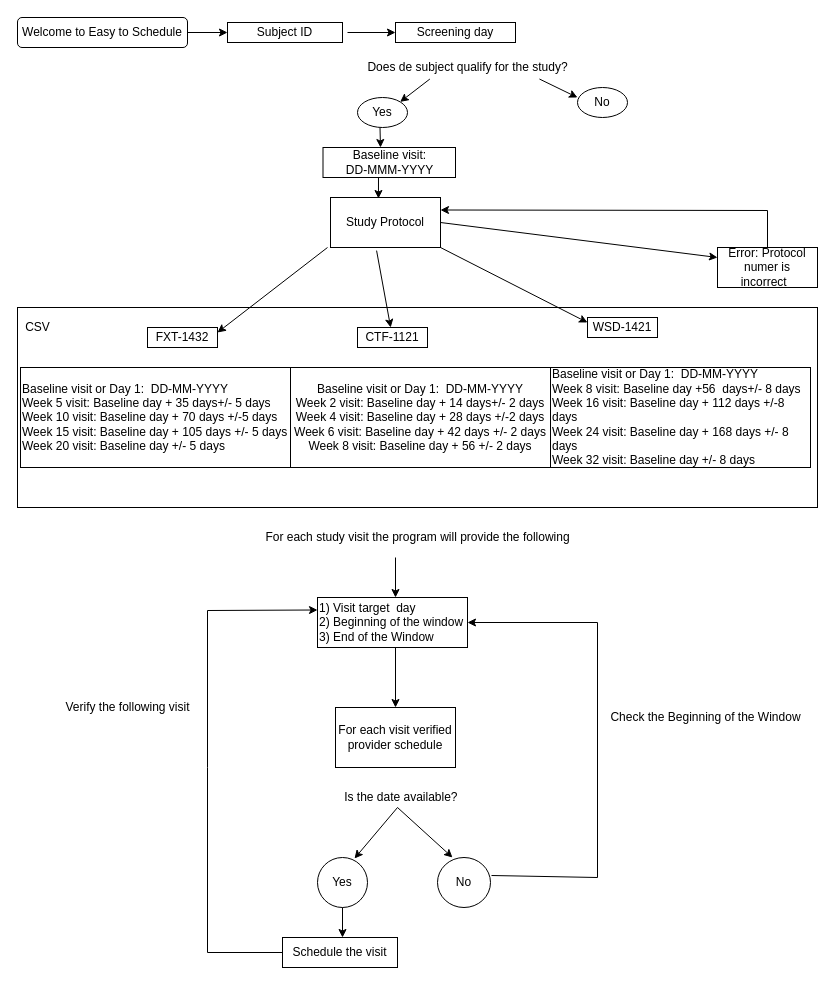
Before: Untitled Diagram.drawio in EspiritudeTeflon/Proyecto, a draw.io diagram. Source tidied: cells renumbered, new cells numbered last; positions are measured from the earlier drawing's top-left corner, leaving out a move shared by most shapes. Both pictures are drawn from the tidied source at 100%, with x=0, y=0 at pixel (17, 17).
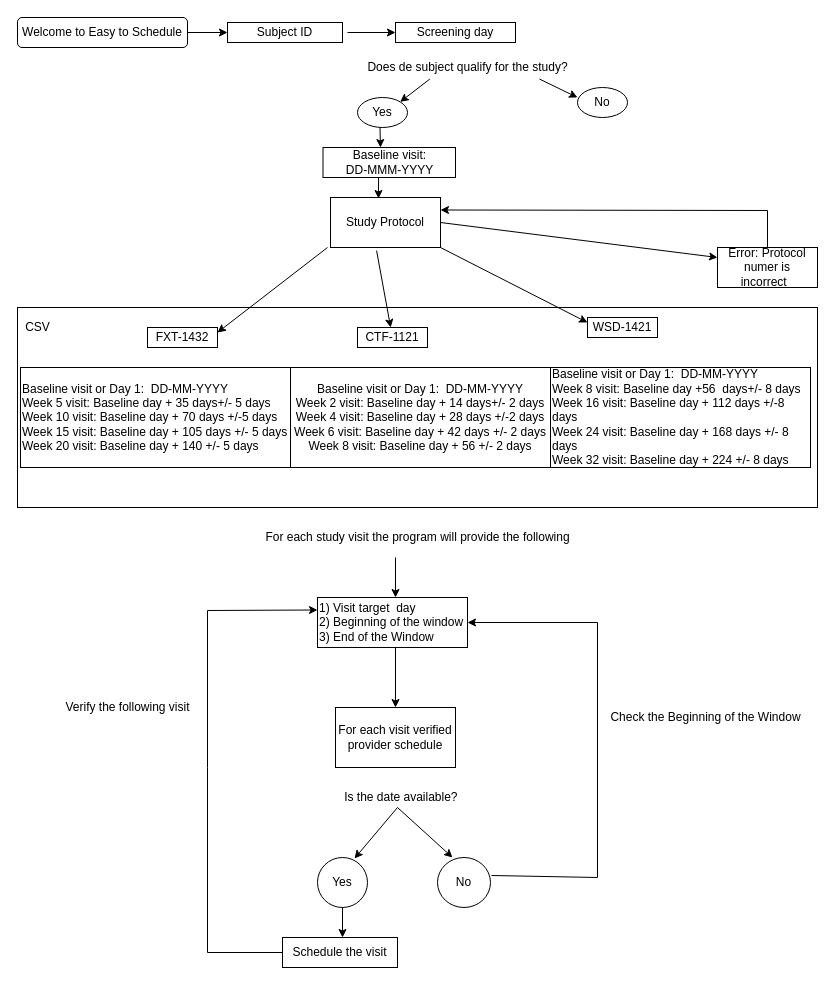
The same diagram, later.

Diff of the diagram source:
```diff
@@
-    <mxCell id="17" value="&lt;span&gt;Baseline visit or Day 1: &amp;nbsp;DD-MM-YYYY&lt;/span&gt;&lt;br&gt;&lt;span&gt;Week 8 visit: Baseline day +56 &amp;nbsp;days+/- 8 days&lt;/span&gt;&lt;br&gt;&lt;span&gt;Week 16 visit: Baseline day + 112 days +/-8 days&lt;/span&gt;&lt;br&gt;&lt;span&gt;Week 24 visit: Baseline day + 168 days +/- 8 days&lt;/span&gt;&lt;br&gt;&lt;span&gt;Week 32 visit: Baseline day +/- 8 days&lt;/span&gt;" style="whiteSpace=wrap;html=1;align=left;" parent="1" vertex="1">
+    <mxCell id="17" value="&lt;span&gt;Baseline visit or Day 1: &amp;nbsp;DD-MM-YYYY&lt;/span&gt;&lt;br&gt;&lt;span&gt;Week 8 visit: Baseline day +56 &amp;nbsp;days+/- 8 days&lt;/span&gt;&lt;br&gt;&lt;span&gt;Week 16 visit: Baseline day + 112 days +/-8 days&lt;/span&gt;&lt;br&gt;&lt;span&gt;Week 24 visit: Baseline day + 168 days +/- 8 days&lt;/span&gt;&lt;br&gt;&lt;span&gt;Week 32 visit: Baseline day + 224&amp;nbsp;+/- 8 days&lt;/span&gt;" style="whiteSpace=wrap;html=1;align=left;" parent="1" vertex="1">
       <mxGeometry x="533" y="350" width="260" height="100" as="geometry" />
     </mxCell>
@@
-    <mxCell id="19" value="Baseline visit or Day 1: &amp;nbsp;DD-MM-YYYY&lt;br&gt;Week 5 visit: Baseline day + 35 days+/- 5 days&lt;br&gt;Week 10 visit: Baseline day + 70 days +/-5 days&lt;br&gt;Week 15 visit: Baseline day + 105 days +/- 5 days&lt;br&gt;Week 20 visit: Baseline day +/- 5 days" style="rounded=0;whiteSpace=wrap;html=1;align=left;" parent="1" vertex="1">
+    <mxCell id="19" value="Baseline visit or Day 1: &amp;nbsp;DD-MM-YYYY&lt;br&gt;Week 5 visit: Baseline day + 35 days+/- 5 days&lt;br&gt;Week 10 visit: Baseline day + 70 days +/-5 days&lt;br&gt;Week 15 visit: Baseline day + 105 days +/- 5 days&lt;br&gt;Week 20 visit: Baseline day + 140 +/- 5 days" style="rounded=0;whiteSpace=wrap;html=1;align=left;" parent="1" vertex="1">
       <mxGeometry x="3" y="350" width="270" height="100" as="geometry" />
     </mxCell>
```
